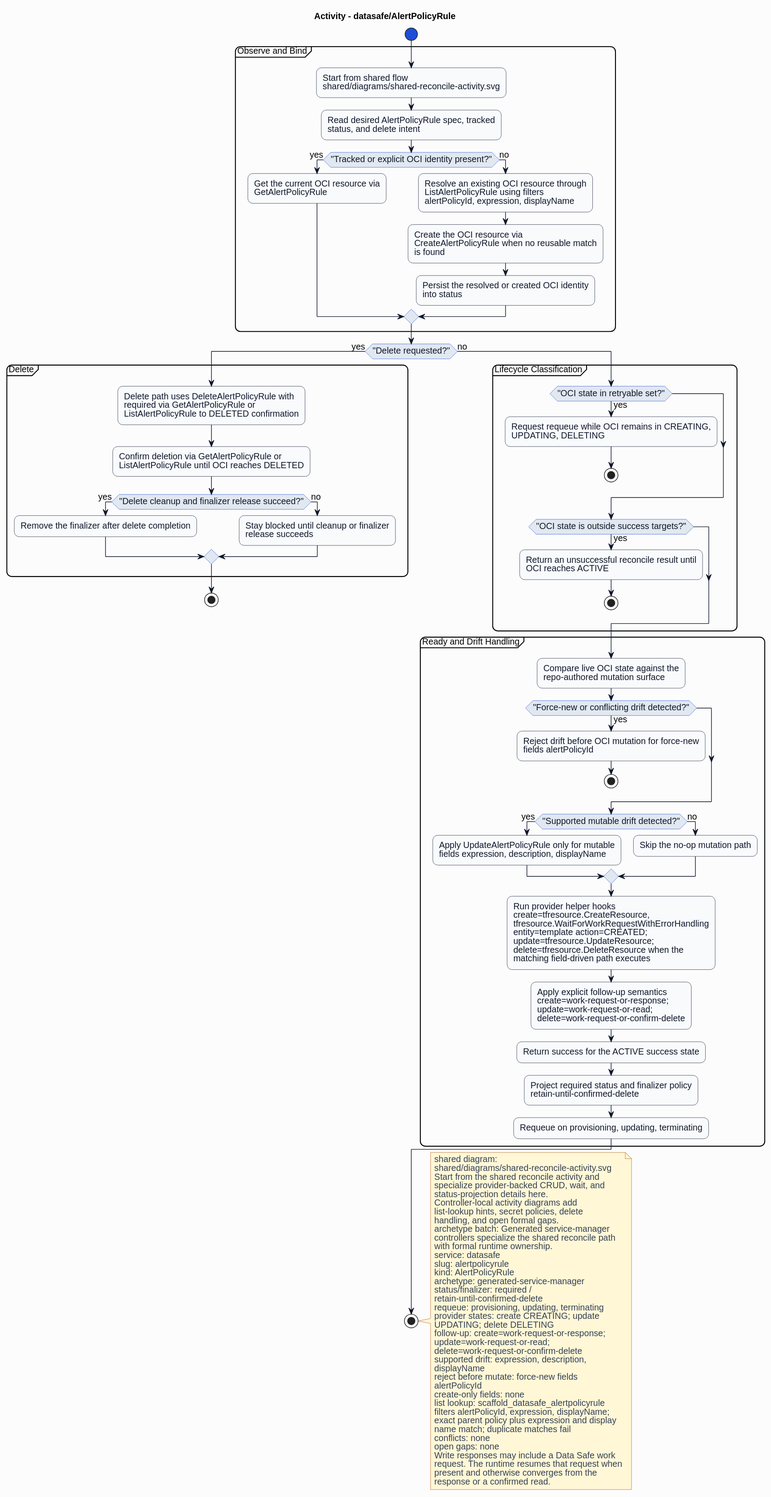
HaoyL666/oci-service-operator keeps this PlantUML diagram as formal/controllers/datasafe/alertpolicyrule/diagrams/activity.svg. Above is the earlier version. Source of this version:
```plantuml
@startuml
skinparam shadowing false
skinparam backgroundColor #fcfcfd
skinparam defaultFontName Helvetica
skinparam defaultFontSize 14
skinparam arrowColor #0f172a
skinparam noteBackgroundColor #fff7d6
skinparam noteBorderColor #b45309
skinparam noteFontColor #334155
skinparam roundcorner 16
title Activity - datasafe/AlertPolicyRule
skinparam activity {
  backgroundColor #f8fafc
  borderColor #0f172a
  fontColor #0f172a
  diamondBackgroundColor #e2e8f0
  diamondBorderColor #1d4ed8
  diamondFontColor #0f172a
  startColor #1d4ed8
  endColor #0f172a
  barColor #1d4ed8
}
start
partition "Observe and Bind" {
:Start from shared flow\nshared/diagrams/shared-reconcile-activity.svg;
:Read desired AlertPolicyRule spec, tracked\nstatus, and delete intent;
if ("Tracked or explicit OCI identity present?") then (yes)
:Get the current OCI resource via\nGetAlertPolicyRule;
else (no)
:Resolve an existing OCI resource through\nListAlertPolicyRule using filters\nalertPolicyId, expression, displayName;
:Create the OCI resource via\nCreateAlertPolicyRule when no reusable match\nis found;
:Persist the resolved or created OCI identity\ninto status;
endif
}
if ("Delete requested?") then (yes)
partition "Delete" {
:Delete path uses DeleteAlertPolicyRule with\nrequired via GetAlertPolicyRule or\nListAlertPolicyRule to DELETED confirmation;
:Confirm deletion via GetAlertPolicyRule or\nListAlertPolicyRule until OCI reaches DELETED;
if ("Delete cleanup and finalizer release succeed?") then (yes)
:Remove the finalizer after delete completion;
else (no)
:Stay blocked until cleanup or finalizer\nrelease succeeds;
endif
}
stop
else (no)
partition "Lifecycle Classification" {
if ("OCI state in retryable set?") then (yes)
:Request requeue while OCI remains in CREATING,\nUPDATING, DELETING;
stop
endif
if ("OCI state is outside success targets?") then (yes)
:Return an unsuccessful reconcile result until\nOCI reaches ACTIVE;
stop
endif
}
partition "Ready and Drift Handling" {
:Compare live OCI state against the\nrepo-authored mutation surface;
if ("Force-new or conflicting drift detected?") then (yes)
:Reject drift before OCI mutation for force-new\nfields alertPolicyId;
stop
endif
if ("Supported mutable drift detected?") then (yes)
:Apply UpdateAlertPolicyRule only for mutable\nfields expression, description, displayName;
else (no)
:Skip the no-op mutation path;
endif
:Run provider helper hooks\ncreate=tfresource.CreateResource,\ntfresource.WaitForWorkRequestWithErrorHandling\nentity=template action=CREATED;\nupdate=tfresource.UpdateResource;\ndelete=tfresource.DeleteResource when the\nmatching field-driven path executes;
:Apply explicit follow-up semantics\ncreate=work-request-or-response;\nupdate=work-request-or-read;\ndelete=work-request-or-confirm-delete;
:Return success for the ACTIVE success state;
:Project required status and finalizer policy\nretain-until-confirmed-delete;
:Requeue on provisioning, updating, terminating;
}
endif
stop
note right
shared diagram:
shared/diagrams/shared-reconcile-activity.svg
Start from the shared reconcile activity and
specialize provider-backed CRUD, wait, and
status-projection details here.
Controller-local activity diagrams add
list-lookup hints, secret policies, delete
handling, and open formal gaps.
archetype batch: Generated service-manager
controllers specialize the shared reconcile path
with formal runtime ownership.
service: datasafe
slug: alertpolicyrule
kind: AlertPolicyRule
archetype: generated-service-manager
status/finalizer: required /
retain-until-confirmed-delete
requeue: provisioning, updating, terminating
provider states: create CREATING; update
UPDATING; delete DELETING
follow-up: create=work-request-or-response;
update=work-request-or-read;
delete=work-request-or-confirm-delete
supported drift: expression, description,
displayName
reject before mutate: force-new fields
alertPolicyId
create-only fields: none
list lookup: scaffold_datasafe_alertpolicyrule
filters alertPolicyId, expression, displayName;
exact parent policy plus expression and display
name match; duplicate matches fail
conflicts: none
open gaps: none
Write responses may include a Data Safe work
request. The runtime resumes that request when
present and otherwise converges from the
response or a confirmed read.
end note
@enduml
```
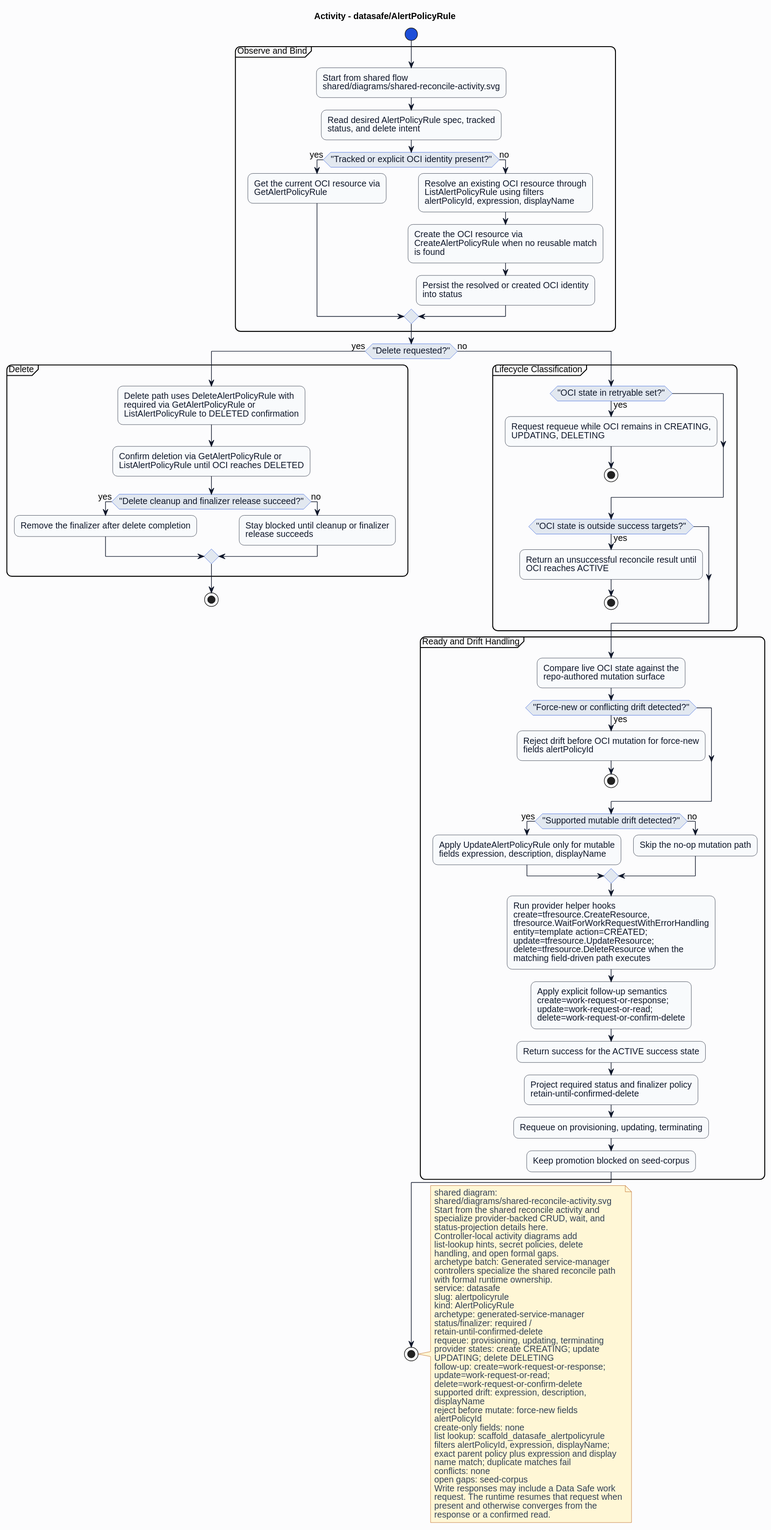
The same file after the commit.

What changed in the source:
```diff
@@ -70,6 +70,7 @@
 :Return success for the ACTIVE success state;
 :Project required status and finalizer policy\nretain-until-confirmed-delete;
 :Requeue on provisioning, updating, terminating;
+:Keep promotion blocked on seed-corpus;
 }
 endif
 stop
@@ -107,7 +108,7 @@
 exact parent policy plus expression and display
 name match; duplicate matches fail
 conflicts: none
-open gaps: none
+open gaps: seed-corpus
 Write responses may include a Data Safe work
 request. The runtime resumes that request when
 present and otherwise converges from the
```
